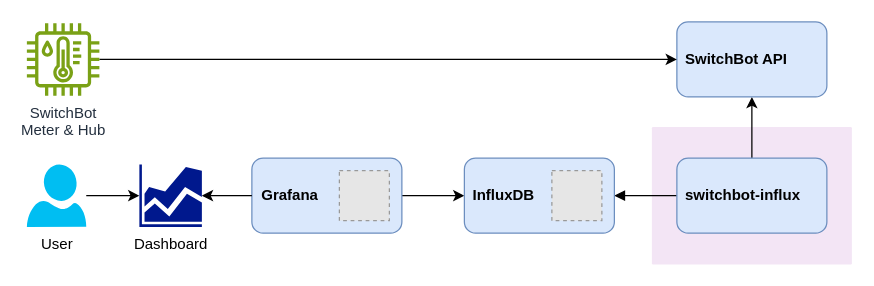
This is images/overview.drawio from hkato/switchbot-meter-database, a draw.io file, before an edit. Source tidied: cells renumbered, new cells numbered last; positions are measured from the earlier drawing's top-left corner, leaving out a move shared by most shapes. Both pictures are drawn from the tidied source at 125%, with x=0, y=0 at pixel (26, 21). Pictures stored in the file or linked from it are replaced by grey dashed boxes.
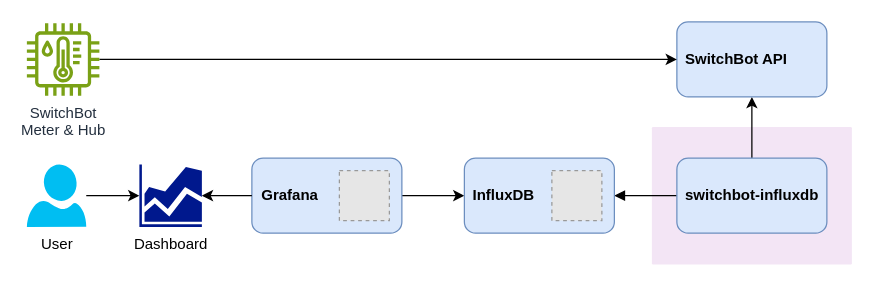
Above is the later version.

Diff of the diagram source:
```diff
@@
 <mxGraphModel>
   <root>
     <mxCell id="0" />
     <mxCell id="1" parent="0" />
     <mxCell id="2" style="sketch=0;rounded=1;absoluteArcSize=1;arcSize=2;html=1;strokeColor=none;gradientColor=none;shadow=0;dashed=0;fontSize=12;fontColor=#9E9E9E;align=left;verticalAlign=top;spacing=10;spacingTop=-4;whiteSpace=wrap;fillColor=#F3E5F5;" parent="1" vertex="1">
       <mxGeometry x="500" y="84" width="160" height="110" as="geometry" />
     </mxCell>
     <mxCell id="3" style="edgeStyle=none;html=1;entryX=1;entryY=0.5;entryDx=0;entryDy=0;endArrow=block;endFill=1;" parent="1" edge="1" source="5" target="9">
       <mxGeometry relative="1" as="geometry" />
     </mxCell>
     <mxCell id="4" style="edgeStyle=orthogonalEdgeStyle;rounded=0;jettySize=auto;html=1;exitX=0.5;exitY=0;exitDx=0;exitDy=0;entryX=0.5;entryY=1;entryDx=0;entryDy=0;" parent="1" edge="1" source="5" target="11">
       <mxGeometry relative="1" as="geometry" />
     </mxCell>
-    <mxCell id="5" value="&lt;b&gt;switchbot-influx&lt;/b&gt;" style="rounded=1;whiteSpace=wrap;html=1;align=left;spacingLeft=5;fillColor=#dae8fc;strokeColor=#6c8ebf;" parent="1" vertex="1">
+    <mxCell id="5" value="&lt;b&gt;switchbot-influxdb&lt;/b&gt;" style="rounded=1;whiteSpace=wrap;html=1;align=left;spacingLeft=5;fillColor=#dae8fc;strokeColor=#6c8ebf;" parent="1" vertex="1">
       <mxGeometry x="520" y="109" width="120" height="60" as="geometry" />
     </mxCell>
     <mxCell id="6" style="edgeStyle=orthogonalEdgeStyle;rounded=0;jettySize=auto;html=1;exitX=1;exitY=0.5;exitDx=0;exitDy=0;entryX=0;entryY=0.5;entryDx=0;entryDy=0;" parent="1" edge="1" source="7" target="9">
       <mxGeometry relative="1" as="geometry" />
     </mxCell>
     <mxCell id="7" value="&lt;b&gt;Grafana&lt;/b&gt;" style="rounded=1;whiteSpace=wrap;html=1;align=left;spacingLeft=6;fillColor=#dae8fc;strokeColor=#6c8ebf;" parent="1" vertex="1">
       <mxGeometry x="180" y="109" width="120" height="60" as="geometry" />
     </mxCell>
     <mxCell id="8" style="fillColor=#E6E6E6;strokeColor=#999999;dashed=1;verticalLabelPosition=bottom;labelBackgroundColor=default;verticalAlign=top;" parent="1" vertex="1">
       <mxGeometry x="250" y="119" width="40" height="40" as="geometry" />
     </mxCell>
     <mxCell id="9" value="&lt;b&gt;InfluxDB&lt;/b&gt;" style="rounded=1;whiteSpace=wrap;html=1;align=left;spacingLeft=5;fillColor=#dae8fc;strokeColor=#6c8ebf;" parent="1" vertex="1">
       <mxGeometry x="350" y="109" width="120" height="60" as="geometry" />
     </mxCell>
     <mxCell id="10" style="fillColor=#E6E6E6;strokeColor=#999999;dashed=1;verticalLabelPosition=bottom;labelBackgroundColor=default;verticalAlign=top;" parent="1" vertex="1">
       <mxGeometry x="420" y="119" width="40" height="40" as="geometry" />
     </mxCell>
     <mxCell id="11" value="&lt;b&gt;SwitchBot API&lt;/b&gt;" style="rounded=1;whiteSpace=wrap;html=1;align=left;spacingLeft=5;fillColor=#dae8fc;strokeColor=#6c8ebf;" parent="1" vertex="1">
       <mxGeometry x="520" width="120" height="60" as="geometry" />
     </mxCell>
     <mxCell id="12" value="Dashboard" style="sketch=0;shadow=0;dashed=0;html=1;strokeColor=none;labelPosition=center;verticalLabelPosition=bottom;verticalAlign=top;align=center;fillColor=#00188D;shape=mxgraph.mscae.general.graph;" parent="1" vertex="1">
       <mxGeometry x="90" y="114" width="50" height="50" as="geometry" />
     </mxCell>
     <mxCell id="13" value="User" style="verticalLabelPosition=bottom;html=1;verticalAlign=top;align=center;strokeColor=none;fillColor=#00BEF2;shape=mxgraph.azure.user;" parent="1" vertex="1">
       <mxGeometry y="114" width="47.5" height="50" as="geometry" />
     </mxCell>
     <mxCell id="14" style="rounded=0;jettySize=auto;html=1;exitX=0;exitY=0.5;exitDx=0;exitDy=0;entryX=1;entryY=0.5;entryDx=0;entryDy=0;entryPerimeter=0;" parent="1" edge="1" source="7" target="12">
       <mxGeometry relative="1" as="geometry" />
     </mxCell>
     <mxCell id="15" style="rounded=0;jettySize=auto;html=1;entryX=0;entryY=0.5;entryDx=0;entryDy=0;entryPerimeter=0;" parent="1" edge="1" source="13" target="12">
       <mxGeometry relative="1" as="geometry" />
     </mxCell>
     <mxCell id="16" style="edgeStyle=orthogonalEdgeStyle;rounded=0;jettySize=auto;html=1;entryX=0;entryY=0.5;entryDx=0;entryDy=0;" parent="1" edge="1" source="17" target="11">
       <mxGeometry relative="1" as="geometry" />
     </mxCell>
     <mxCell id="17" value="SwitchBot&lt;div&gt;Meter &amp;amp; Hub&lt;/div&gt;" style="sketch=0;outlineConnect=0;fontColor=#232F3E;gradientColor=none;fillColor=#7AA116;strokeColor=none;dashed=0;verticalLabelPosition=bottom;verticalAlign=top;align=center;html=1;fontSize=12;fontStyle=0;shape=mxgraph.aws4.iot_thing_temperature_humidity_sensor;" parent="1" vertex="1">
       <mxGeometry y="1" width="58" height="58" as="geometry" />
     </mxCell>
   </root>
 </mxGraphModel>
```
